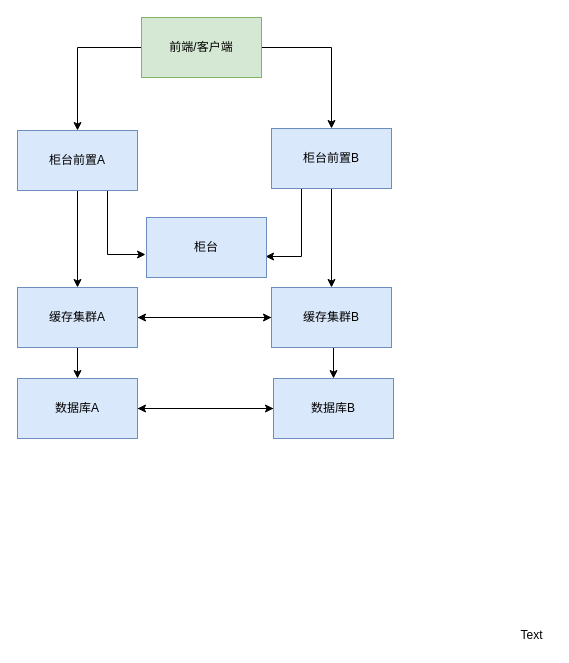
This is 双机房.drawio from WindRain20140210/files-ArchitectureDiagram, a draw.io file, before an edit. Source tidied: cells renumbered, new cells numbered last; positions are measured from the earlier drawing's top-left corner, leaving out a move shared by most shapes. Both pictures are drawn from the tidied source at 100%, with x=0, y=0 at pixel (17, 17).
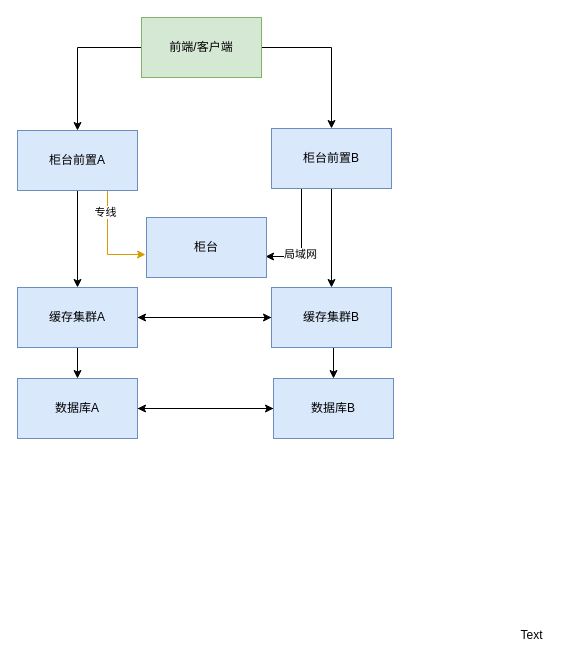
The same page after the edit.

The change refers to these unchanged cells:
```xml
<mxCell id="4" value="柜台前置A" style="rounded=0;whiteSpace=wrap;html=1;fillColor=#dae8fc;strokeColor=#6c8ebf;" parent="1" vertex="1">
  <mxGeometry y="113" width="120" height="60" as="geometry" />
</mxCell>
<mxCell id="6" style="edgeStyle=orthogonalEdgeStyle;rounded=0;jettySize=auto;html=1;exitX=0.25;exitY=1;exitDx=0;exitDy=0;entryX=0.992;entryY=0.65;entryDx=0;entryDy=0;entryPerimeter=0;" parent="1" edge="1" source="7" target="14">
  <mxGeometry relative="1" as="geometry" />
</mxCell>
<mxCell id="14" value="柜台" style="rounded=0;whiteSpace=wrap;html=1;fillColor=#dae8fc;strokeColor=#6c8ebf;" parent="1" vertex="1">
  <mxGeometry x="129" y="200" width="120" height="60" as="geometry" />
</mxCell>
```

The edit, as a diff of the source:
```diff
@@
-    <mxCell id="3" style="edgeStyle=orthogonalEdgeStyle;rounded=0;jettySize=auto;html=1;exitX=0.75;exitY=1;exitDx=0;exitDy=0;entryX=-0.008;entryY=0.617;entryDx=0;entryDy=0;entryPerimeter=0;" parent="1" edge="1" source="4" target="14">
+    <mxCell id="3" style="edgeStyle=orthogonalEdgeStyle;rounded=0;jettySize=auto;html=1;exitX=0.75;exitY=1;exitDx=0;exitDy=0;entryX=-0.008;entryY=0.617;entryDx=0;entryDy=0;entryPerimeter=0;fillColor=#ffe6cc;strokeColor=#d79b00;" parent="1" edge="1" source="4" target="14">
       <mxGeometry relative="1" as="geometry" />
     </mxCell>
+    <mxCell id="23" value="专线" style="edgeLabel;html=1;align=center;verticalAlign=middle;" parent="3" vertex="1">
+      <mxGeometry x="-0.59" y="-3" relative="1" as="geometry" />
+    </mxCell>
@@
+    <mxCell id="24" value="局域网" style="edgeLabel;html=1;align=center;verticalAlign=middle;" parent="6" vertex="1">
+      <mxGeometry x="0.25" y="-2" relative="1" as="geometry" />
+    </mxCell>
```
